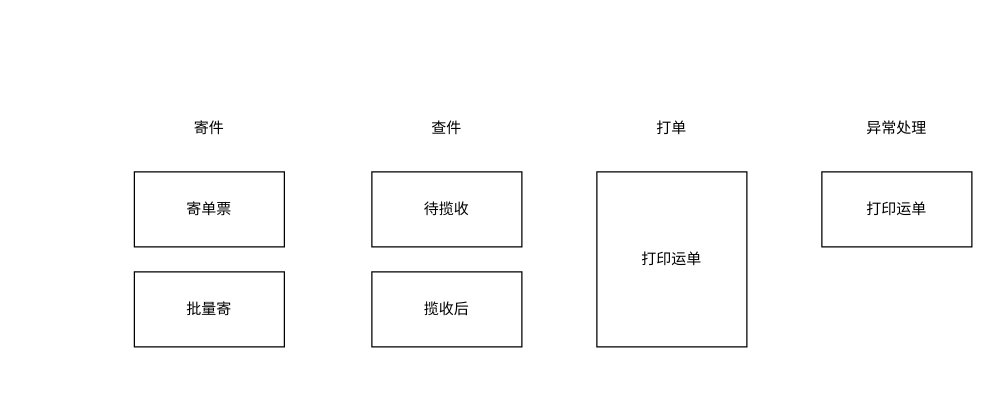
Earlier version of the draw.io diagram page "Page-4" (4 of 4) of Untitled Diagram.drawio (shxian/drawio). Source tidied: cells renumbered, new cells numbered last; positions are measured from the earlier drawing's top-left corner, leaving out a move shared by most shapes. Both pictures are drawn from the tidied source at 125%, with x=0, y=0 at pixel (134, 109).
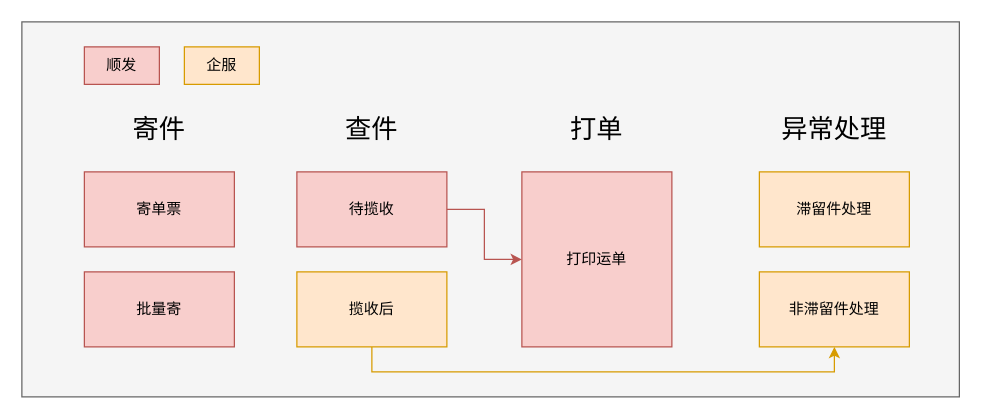
After the change.

What changed in the source:
```diff
@@
+    <mxCell id="12" style="rounded=0;whiteSpace=wrap;html=1;fillColor=#f5f5f5;strokeColor=#666666;fontColor=#333333;" parent="1" vertex="1">
+      <mxGeometry x="-90" y="-70" width="750" height="300" as="geometry" />
+    </mxCell>
+    <mxCell id="13" style="group;" parent="1" vertex="1">
+      <mxGeometry x="-40" width="120" height="190" as="geometry" />
+    </mxCell>
-    <mxCell id="2" value="寄单票" style="rounded=0;whiteSpace=wrap;html=1;" parent="1" vertex="1">
+    <mxCell id="2" value="寄单票" style="rounded=0;whiteSpace=wrap;html=1;fillColor=#f8cecc;strokeColor=#b85450;" parent="13" vertex="1">
       <mxGeometry y="50" width="120" height="60" as="geometry" />
     </mxCell>
-    <mxCell id="3" value="批量寄" style="rounded=0;whiteSpace=wrap;html=1;" parent="1" vertex="1">
+    <mxCell id="3" value="批量寄" style="rounded=0;whiteSpace=wrap;html=1;fillColor=#f8cecc;strokeColor=#b85450;" parent="13" vertex="1">
       <mxGeometry y="130" width="120" height="60" as="geometry" />
     </mxCell>
-    <mxCell id="4" value="寄件" style="text;html=1;strokeColor=none;fillColor=none;align=center;verticalAlign=middle;whiteSpace=wrap;rounded=0;" parent="1" vertex="1">
+    <mxCell id="4" value="寄件" style="text;html=1;strokeColor=none;fillColor=none;align=center;verticalAlign=middle;whiteSpace=wrap;rounded=0;fontSize=21;" parent="13" vertex="1">
       <mxGeometry width="120" height="30" as="geometry" />
     </mxCell>
+    <mxCell id="14" style="group;" parent="1" vertex="1">
+      <mxGeometry x="130" width="120" height="190" as="geometry" />
+    </mxCell>
-    <mxCell id="5" value="查件" style="text;html=1;strokeColor=none;fillColor=none;align=center;verticalAlign=middle;whiteSpace=wrap;rounded=0;" parent="1" vertex="1">
-      <mxGeometry x="190" width="120" height="30" as="geometry" />
+    <mxCell id="5" value="查件" style="text;html=1;strokeColor=none;fillColor=none;align=center;verticalAlign=middle;whiteSpace=wrap;rounded=0;fontSize=21;" parent="14" vertex="1">
+      <mxGeometry width="120" height="30" as="geometry" />
     </mxCell>
-    <mxCell id="6" value="待揽收" style="rounded=0;whiteSpace=wrap;html=1;" parent="1" vertex="1">
-      <mxGeometry x="190" y="50" width="120" height="60" as="geometry" />
+    <mxCell id="6" value="待揽收" style="rounded=0;whiteSpace=wrap;html=1;fillColor=#f8cecc;strokeColor=#b85450;" parent="14" vertex="1">
+      <mxGeometry y="50" width="120" height="60" as="geometry" />
     </mxCell>
-    <mxCell id="7" value="揽收后" style="rounded=0;whiteSpace=wrap;html=1;" parent="1" vertex="1">
-      <mxGeometry x="190" y="130" width="120" height="60" as="geometry" />
+    <mxCell id="7" value="揽收后" style="rounded=0;whiteSpace=wrap;html=1;fillColor=#ffe6cc;strokeColor=#d79b00;" parent="14" vertex="1">
+      <mxGeometry y="130" width="120" height="60" as="geometry" />
     </mxCell>
+    <mxCell id="15" style="group;" parent="1" vertex="1">
+      <mxGeometry x="310" width="120" height="190" as="geometry" />
+    </mxCell>
-    <mxCell id="8" value="打单" style="text;html=1;strokeColor=none;fillColor=none;align=center;verticalAlign=middle;whiteSpace=wrap;rounded=0;" parent="1" vertex="1">
-      <mxGeometry x="370" width="120" height="30" as="geometry" />
+    <mxCell id="8" value="打单" style="text;html=1;strokeColor=none;fillColor=none;align=center;verticalAlign=middle;whiteSpace=wrap;rounded=0;fontSize=21;" parent="15" vertex="1">
+      <mxGeometry width="120" height="30" as="geometry" />
     </mxCell>
+    <mxCell id="10" value="打印运单" style="rounded=0;whiteSpace=wrap;html=1;fillColor=#f8cecc;strokeColor=#b85450;" parent="15" vertex="1">
+      <mxGeometry y="50" width="120" height="140" as="geometry" />
+    </mxCell>
+    <mxCell id="16" style="group;" parent="1" vertex="1">
+      <mxGeometry x="500" width="120" height="190" as="geometry" />
+    </mxCell>
-    <mxCell id="9" value="异常处理" style="text;html=1;strokeColor=none;fillColor=none;align=center;verticalAlign=middle;whiteSpace=wrap;rounded=0;" parent="1" vertex="1">
-      <mxGeometry x="550" width="120" height="30" as="geometry" />
+    <mxCell id="9" value="异常处理" style="text;html=1;strokeColor=none;fillColor=none;align=center;verticalAlign=middle;whiteSpace=wrap;rounded=0;fontSize=21;" parent="16" vertex="1">
+      <mxGeometry width="120" height="30" as="geometry" />
     </mxCell>
-    <mxCell id="10" value="打印运单" style="rounded=0;whiteSpace=wrap;html=1;" parent="1" vertex="1">
-      <mxGeometry x="370" y="50" width="120" height="140" as="geometry" />
-    </mxCell>
-    <mxCell id="11" value="打印运单" style="rounded=0;whiteSpace=wrap;html=1;" parent="1" vertex="1">
-      <mxGeometry x="550" y="50" width="120" height="60" as="geometry" />
+    <mxCell id="11" value="滞留件处理" style="rounded=0;whiteSpace=wrap;html=1;fillColor=#ffe6cc;strokeColor=#d79b00;" parent="16" vertex="1">
+      <mxGeometry y="50" width="120" height="60" as="geometry" />
     </mxCell>
+    <mxCell id="17" value="非滞留件处理" style="rounded=0;whiteSpace=wrap;html=1;fillColor=#ffe6cc;strokeColor=#d79b00;" parent="16" vertex="1">
+      <mxGeometry y="130" width="120" height="60" as="geometry" />
+    </mxCell>
+    <mxCell id="18" style="edgeStyle=orthogonalEdgeStyle;rounded=0;jettySize=auto;html=1;fillColor=#f8cecc;strokeColor=#b85450;" parent="1" edge="1" source="6" target="10">
+      <mxGeometry relative="1" as="geometry" />
+    </mxCell>
+    <mxCell id="19" style="edgeStyle=orthogonalEdgeStyle;rounded=0;jettySize=auto;html=1;entryX=0.5;entryY=1;entryDx=0;entryDy=0;fillColor=#ffe6cc;strokeColor=#d79b00;" parent="1" edge="1" source="7" target="17">
+      <mxGeometry relative="1" as="geometry">
+        <Array as="points">
+          <mxPoint x="190" y="210" />
+          <mxPoint x="560" y="210" />
+        </Array>
+      </mxGeometry>
+    </mxCell>
+    <mxCell id="20" value="顺发" style="rounded=0;whiteSpace=wrap;html=1;fillColor=#f8cecc;strokeColor=#b85450;" parent="1" vertex="1">
+      <mxGeometry x="-40" y="-50" width="60" height="30" as="geometry" />
+    </mxCell>
+    <mxCell id="21" value="企服" style="rounded=0;whiteSpace=wrap;html=1;fillColor=#ffe6cc;strokeColor=#d79b00;" parent="1" vertex="1">
+      <mxGeometry x="40" y="-50" width="60" height="30" as="geometry" />
+    </mxCell>
```
